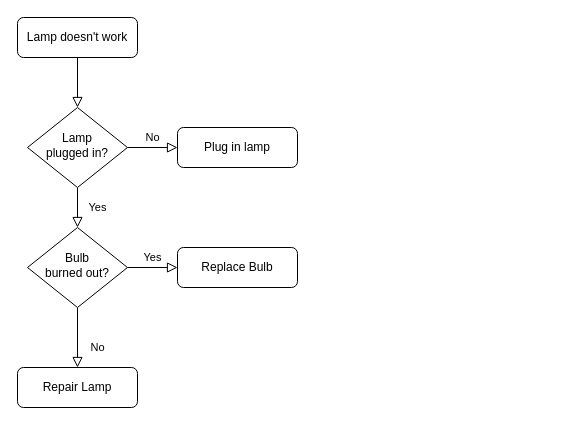
Before: 未命名绘图.drawio in feiniao111/gallery, a draw.io diagram. Source tidied: cells renumbered, new cells numbered last; positions are measured from the earlier drawing's top-left corner, leaving out a move shared by most shapes. Both pictures are drawn from the tidied source at 100%, with x=0, y=0 at pixel (17, 17).
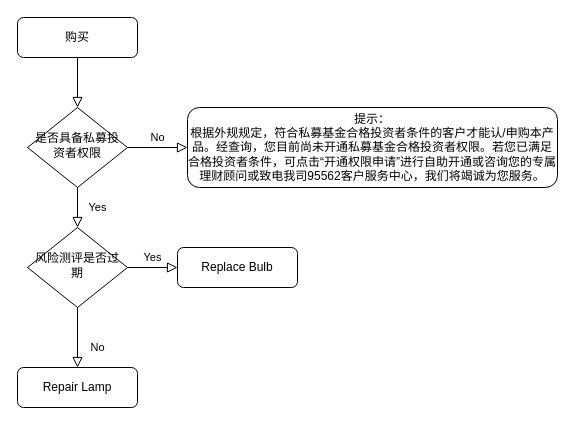
The same page after the edit.

Commit message:
更新未命名绘图.drawio

Change to the diagram source:
```diff
@@
 <mxGraphModel>
   <root>
     <mxCell id="0" />
     <mxCell id="1" parent="0" />
     <mxCell id="2" style="rounded=0;html=1;jettySize=auto;fontSize=11;endArrow=block;endFill=0;endSize=8;strokeWidth=1;shadow=0;labelBackgroundColor=none;edgeStyle=orthogonalEdgeStyle;" parent="1" edge="1" source="3" target="6">
       <mxGeometry relative="1" as="geometry" />
     </mxCell>
-    <mxCell id="3" value="Lamp doesn't work" style="rounded=1;whiteSpace=wrap;html=1;fontSize=12;glass=0;strokeWidth=1;shadow=0;" parent="1" vertex="1">
+    <mxCell id="3" value="购买" style="rounded=1;whiteSpace=wrap;html=1;fontSize=12;glass=0;strokeWidth=1;shadow=0;" parent="1" vertex="1">
       <mxGeometry width="120" height="40" as="geometry" />
     </mxCell>
     <mxCell id="4" value="Yes" style="rounded=0;html=1;jettySize=auto;fontSize=11;endArrow=block;endFill=0;endSize=8;strokeWidth=1;shadow=0;labelBackgroundColor=none;edgeStyle=orthogonalEdgeStyle;" parent="1" edge="1" source="6" target="10">
       <mxGeometry y="20" relative="1" as="geometry" />
     </mxCell>
     <mxCell id="5" value="No" style="edgeStyle=orthogonalEdgeStyle;rounded=0;html=1;jettySize=auto;fontSize=11;endArrow=block;endFill=0;endSize=8;strokeWidth=1;shadow=0;labelBackgroundColor=none;" parent="1" edge="1" source="6" target="7">
       <mxGeometry y="10" relative="1" as="geometry" />
     </mxCell>
-    <mxCell id="6" value="Lamp&lt;br&gt;plugged in?" style="rhombus;whiteSpace=wrap;html=1;shadow=0;fontFamily=Helvetica;fontSize=12;align=center;strokeWidth=1;spacing=6;spacingTop=-4;" parent="1" vertex="1">
+    <mxCell id="6" value="是否具备私募投资者权限" style="rhombus;whiteSpace=wrap;html=1;shadow=0;fontFamily=Helvetica;fontSize=12;align=center;strokeWidth=1;spacing=6;spacingTop=-4;" parent="1" vertex="1">
       <mxGeometry x="10" y="90" width="100" height="80" as="geometry" />
     </mxCell>
-    <mxCell id="7" value="Plug in lamp" style="rounded=1;whiteSpace=wrap;html=1;fontSize=12;glass=0;strokeWidth=1;shadow=0;" parent="1" vertex="1">
-      <mxGeometry x="160" y="110" width="120" height="40" as="geometry" />
+    <mxCell id="7" value="提示：&lt;br&gt;根据外规规定，符合私募基金合格投资者条件的客户才能认/申购本产品。经查询，您目前尚未开通私募基金合格投资者权限。若您已满足合格投资者条件，可点击“开通权限申请”进行自助开通或咨询您的专属理财顾问或致电我司95562客户服务中心，我们将竭诚为您服务。" style="rounded=1;whiteSpace=wrap;html=1;fontSize=12;glass=0;strokeWidth=1;shadow=0;" parent="1" vertex="1">
+      <mxGeometry x="170" y="90" width="370" height="80" as="geometry" />
     </mxCell>
     <mxCell id="8" value="No" style="rounded=0;html=1;jettySize=auto;fontSize=11;endArrow=block;endFill=0;endSize=8;strokeWidth=1;shadow=0;labelBackgroundColor=none;edgeStyle=orthogonalEdgeStyle;" parent="1" edge="1" source="10" target="11">
       <mxGeometry x="0.33" y="20" relative="1" as="geometry" />
     </mxCell>
     <mxCell id="9" value="Yes" style="edgeStyle=orthogonalEdgeStyle;rounded=0;html=1;jettySize=auto;fontSize=11;endArrow=block;endFill=0;endSize=8;strokeWidth=1;shadow=0;labelBackgroundColor=none;" parent="1" edge="1" source="10" target="12">
       <mxGeometry y="10" relative="1" as="geometry" />
     </mxCell>
-    <mxCell id="10" value="Bulb&lt;br&gt;burned out?" style="rhombus;whiteSpace=wrap;html=1;shadow=0;fontFamily=Helvetica;fontSize=12;align=center;strokeWidth=1;spacing=6;spacingTop=-4;" parent="1" vertex="1">
+    <mxCell id="10" value="风险测评是否过期" style="rhombus;whiteSpace=wrap;html=1;shadow=0;fontFamily=Helvetica;fontSize=12;align=center;strokeWidth=1;spacing=6;spacingTop=-4;" parent="1" vertex="1">
       <mxGeometry x="10" y="210" width="100" height="80" as="geometry" />
     </mxCell>
     <mxCell id="11" value="Repair Lamp" style="rounded=1;whiteSpace=wrap;html=1;fontSize=12;glass=0;strokeWidth=1;shadow=0;" parent="1" vertex="1">
       <mxGeometry y="350" width="120" height="40" as="geometry" />
     </mxCell>
     <mxCell id="12" value="Replace Bulb" style="rounded=1;whiteSpace=wrap;html=1;fontSize=12;glass=0;strokeWidth=1;shadow=0;" parent="1" vertex="1">
       <mxGeometry x="160" y="230" width="120" height="40" as="geometry" />
     </mxCell>
   </root>
 </mxGraphModel>
```
